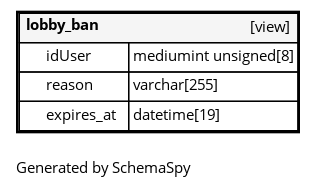
This is diagrams/tables/lobby_ban.1degree.png from FAForever/db, a Graphviz export, as it was before one commit. Its source is kept beside it as diagrams/tables/lobby_ban.1degree.dot. Source of this version:
```dot
digraph "oneDegreeRelationshipsDiagram" {
  graph [    rankdir="RL"    bgcolor="#ffffff"    label="\nGenerated by SchemaSpy"    labeljust="l"    nodesep="0.18"    ranksep="0.46"    fontname="Helvetica"    fontsize="11"    ration="compress"  ];  node [    fontname="Helvetica"    fontsize="11"    shape="plaintext"  ];  edge [    arrowsize="0.8"  ];
  "lobby_ban" [
   label=<
    <TABLE BORDER="2" CELLBORDER="1" CELLSPACING="0" BGCOLOR="#ffffff">
      <TR><TD COLSPAN="4"  BGCOLOR="#f5f5f5"><TABLE BORDER="0" CELLSPACING="0"><TR><TD ALIGN="LEFT" FIXEDSIZE="TRUE" WIDTH="60" HEIGHT="16"><B>lobby_ban</B></TD><TD ALIGN="RIGHT">[view]</TD></TR></TABLE></TD></TR>
      <TR><TD PORT="idUser" COLSPAN="2" ALIGN="LEFT"><TABLE BORDER="0" CELLSPACING="0" ALIGN="LEFT"><TR ALIGN="LEFT"><TD ALIGN="LEFT" FIXEDSIZE="TRUE" WIDTH="15" HEIGHT="16"></TD><TD ALIGN="LEFT" FIXEDSIZE="TRUE" WIDTH="61" HEIGHT="16">idUser</TD></TR></TABLE></TD><TD PORT="idUser.type" ALIGN="LEFT">mediumint unsigned[8]</TD></TR>
      <TR><TD PORT="reason" COLSPAN="2" ALIGN="LEFT"><TABLE BORDER="0" CELLSPACING="0" ALIGN="LEFT"><TR ALIGN="LEFT"><TD ALIGN="LEFT" FIXEDSIZE="TRUE" WIDTH="15" HEIGHT="16"></TD><TD ALIGN="LEFT" FIXEDSIZE="TRUE" WIDTH="61" HEIGHT="16">reason</TD></TR></TABLE></TD><TD PORT="reason.type" ALIGN="LEFT">varchar[255]</TD></TR>
      <TR><TD PORT="expires_at" COLSPAN="2" ALIGN="LEFT"><TABLE BORDER="0" CELLSPACING="0" ALIGN="LEFT"><TR ALIGN="LEFT"><TD ALIGN="LEFT" FIXEDSIZE="TRUE" WIDTH="15" HEIGHT="16"></TD><TD ALIGN="LEFT" FIXEDSIZE="TRUE" WIDTH="61" HEIGHT="16">expires_at</TD></TR></TABLE></TD><TD PORT="expires_at.type" ALIGN="LEFT">datetime[19]</TD></TR>
    </TABLE>>
    URL="lobby_ban.html"
    target="_top"
    tooltip="lobby_ban"
  ];
}
```
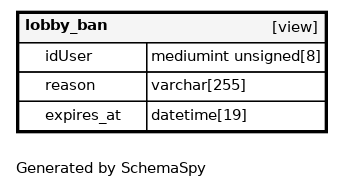
After the commit.

Change to the diagram source:
```diff
@@ -1,12 +1,12 @@
 digraph "oneDegreeRelationshipsDiagram" {
-  graph [    rankdir="RL"    bgcolor="#ffffff"    label="\nGenerated by SchemaSpy"    labeljust="l"    nodesep="0.18"    ranksep="0.46"    fontname="Helvetica"    fontsize="11"    ration="compress"  ];  node [    fontname="Helvetica"    fontsize="11"    shape="plaintext"  ];  edge [    arrowsize="0.8"  ];
+  graph [    rankdir="RL"    bgcolor="#ffffff"    label="\nGenerated by SchemaSpy"    labeljust="l"    nodesep="0.18"    ranksep="0.46"    fontname="Helvetica"    fontsize="11"    packmode="graph"  ];  node [    fontname="Helvetica"    fontsize="11"    shape="plaintext"  ];  edge [    arrowsize="0.8"  ];
   "lobby_ban" [
    label=<
     <TABLE BORDER="2" CELLBORDER="1" CELLSPACING="0" BGCOLOR="#ffffff">
-      <TR><TD COLSPAN="4"  BGCOLOR="#f5f5f5"><TABLE BORDER="0" CELLSPACING="0"><TR><TD ALIGN="LEFT" FIXEDSIZE="TRUE" WIDTH="60" HEIGHT="16"><B>lobby_ban</B></TD><TD ALIGN="RIGHT">[view]</TD></TR></TABLE></TD></TR>
-      <TR><TD PORT="idUser" COLSPAN="2" ALIGN="LEFT"><TABLE BORDER="0" CELLSPACING="0" ALIGN="LEFT"><TR ALIGN="LEFT"><TD ALIGN="LEFT" FIXEDSIZE="TRUE" WIDTH="15" HEIGHT="16"></TD><TD ALIGN="LEFT" FIXEDSIZE="TRUE" WIDTH="61" HEIGHT="16">idUser</TD></TR></TABLE></TD><TD PORT="idUser.type" ALIGN="LEFT">mediumint unsigned[8]</TD></TR>
-      <TR><TD PORT="reason" COLSPAN="2" ALIGN="LEFT"><TABLE BORDER="0" CELLSPACING="0" ALIGN="LEFT"><TR ALIGN="LEFT"><TD ALIGN="LEFT" FIXEDSIZE="TRUE" WIDTH="15" HEIGHT="16"></TD><TD ALIGN="LEFT" FIXEDSIZE="TRUE" WIDTH="61" HEIGHT="16">reason</TD></TR></TABLE></TD><TD PORT="reason.type" ALIGN="LEFT">varchar[255]</TD></TR>
-      <TR><TD PORT="expires_at" COLSPAN="2" ALIGN="LEFT"><TABLE BORDER="0" CELLSPACING="0" ALIGN="LEFT"><TR ALIGN="LEFT"><TD ALIGN="LEFT" FIXEDSIZE="TRUE" WIDTH="15" HEIGHT="16"></TD><TD ALIGN="LEFT" FIXEDSIZE="TRUE" WIDTH="61" HEIGHT="16">expires_at</TD></TR></TABLE></TD><TD PORT="expires_at.type" ALIGN="LEFT">datetime[19]</TD></TR>
+      <TR><TD COLSPAN="4"  BGCOLOR="#f5f5f5"><TABLE BORDER="0" CELLSPACING="0"><TR><TD ALIGN="LEFT" FIXEDSIZE="TRUE" WIDTH="74" HEIGHT="16"><B>lobby_ban</B></TD><TD ALIGN="RIGHT">[view]</TD></TR></TABLE></TD></TR>
+      <TR><TD PORT="idUser" COLSPAN="2" ALIGN="LEFT"><TABLE BORDER="0" CELLSPACING="0" ALIGN="LEFT"><TR ALIGN="LEFT"><TD ALIGN="LEFT" FIXEDSIZE="TRUE" WIDTH="15" HEIGHT="16"></TD><TD ALIGN="LEFT" FIXEDSIZE="TRUE" WIDTH="75" HEIGHT="16">idUser</TD></TR></TABLE></TD><TD PORT="idUser.type" ALIGN="LEFT">mediumint unsigned[8]</TD></TR>
+      <TR><TD PORT="reason" COLSPAN="2" ALIGN="LEFT"><TABLE BORDER="0" CELLSPACING="0" ALIGN="LEFT"><TR ALIGN="LEFT"><TD ALIGN="LEFT" FIXEDSIZE="TRUE" WIDTH="15" HEIGHT="16"></TD><TD ALIGN="LEFT" FIXEDSIZE="TRUE" WIDTH="75" HEIGHT="16">reason</TD></TR></TABLE></TD><TD PORT="reason.type" ALIGN="LEFT">varchar[255]</TD></TR>
+      <TR><TD PORT="expires_at" COLSPAN="2" ALIGN="LEFT"><TABLE BORDER="0" CELLSPACING="0" ALIGN="LEFT"><TR ALIGN="LEFT"><TD ALIGN="LEFT" FIXEDSIZE="TRUE" WIDTH="15" HEIGHT="16"></TD><TD ALIGN="LEFT" FIXEDSIZE="TRUE" WIDTH="75" HEIGHT="16">expires_at</TD></TR></TABLE></TD><TD PORT="expires_at.type" ALIGN="LEFT">datetime[19]</TD></TR>
     </TABLE>>
     URL="lobby_ban.html"
     target="_top"
```
